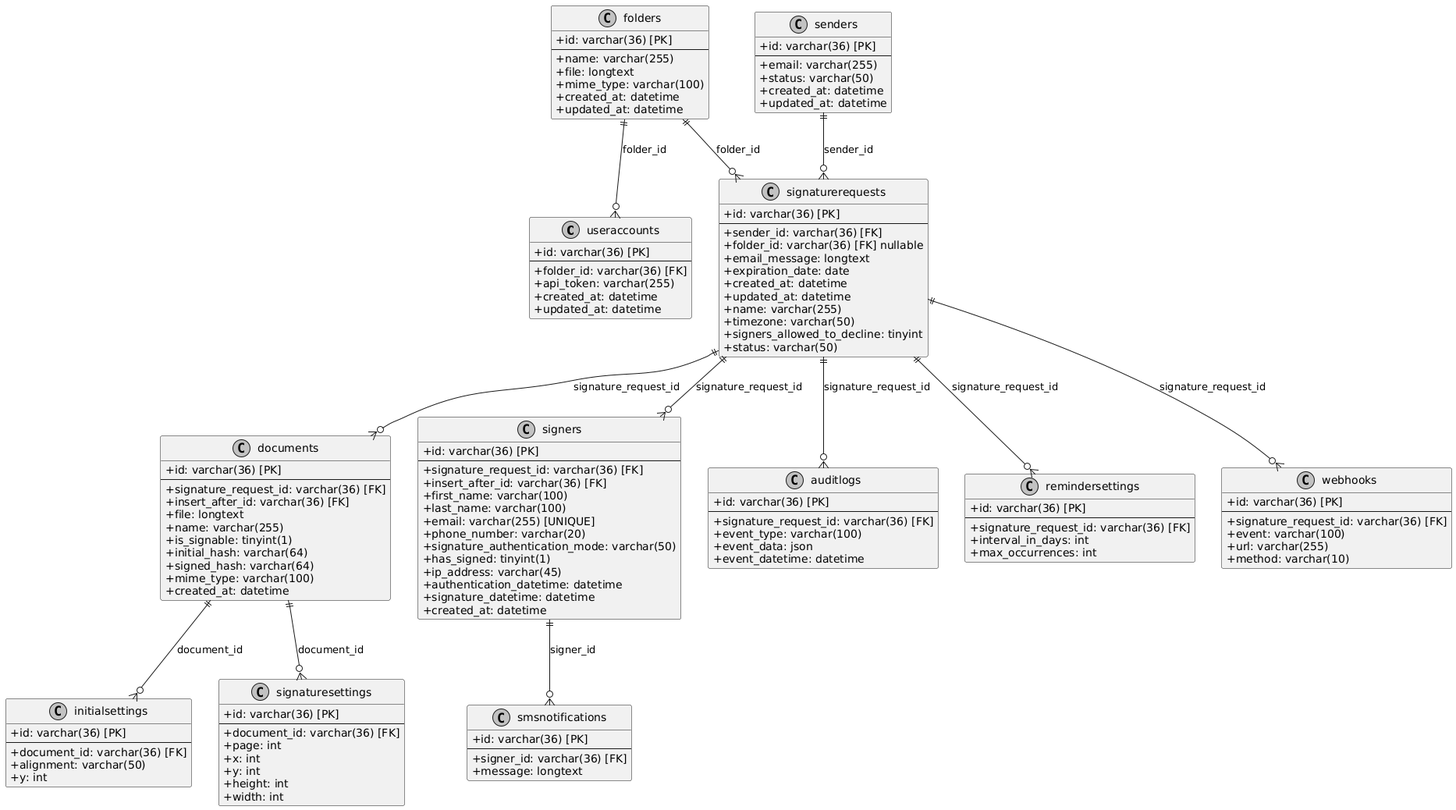
Above: uml.png in tambatraHRGitAccount/FormsignBackend_byTambatra (PlantUML), before the change. Source of this version:
```plantuml
@startuml
skinparam monochrome true
skinparam classAttributeIconSize 0

class useraccounts {
  +id: varchar(36) [PK]
  --
  +folder_id: varchar(36) [FK]
  +api_token: varchar(255)
  +created_at: datetime
  +updated_at: datetime
}

class folders {
  +id: varchar(36) [PK]
  --
  +name: varchar(255)
  +file: longtext
  +mime_type: varchar(100)
  +created_at: datetime
  +updated_at: datetime
}

class senders {
  +id: varchar(36) [PK]
  --
  +email: varchar(255)
  +status: varchar(50)
  +created_at: datetime
  +updated_at: datetime
}

class signaturerequests {
  +id: varchar(36) [PK]
  --
  +sender_id: varchar(36) [FK]
  +folder_id: varchar(36) [FK] nullable
  +email_message: longtext
  +expiration_date: date
  +created_at: datetime
  +updated_at: datetime
  +name: varchar(255)
  +timezone: varchar(50)
  +signers_allowed_to_decline: tinyint
  +status: varchar(50)
}

class documents {
  +id: varchar(36) [PK]
  --
  +signature_request_id: varchar(36) [FK]
  +insert_after_id: varchar(36) [FK]
  +file: longtext
  +name: varchar(255)
  +is_signable: tinyint(1)
  +initial_hash: varchar(64)
  +signed_hash: varchar(64)
  +mime_type: varchar(100)
  +created_at: datetime
}

class initialsettings {
  +id: varchar(36) [PK]
  --
  +document_id: varchar(36) [FK]
  +alignment: varchar(50)
  +y: int
}

class signaturesettings {
  +id: varchar(36) [PK]
  --
  +document_id: varchar(36) [FK]
  +page: int
  +x: int
  +y: int
  +height: int
  +width: int
}

class signers {
  +id: varchar(36) [PK]
  --
  +signature_request_id: varchar(36) [FK]
  +insert_after_id: varchar(36) [FK]
  +first_name: varchar(100)
  +last_name: varchar(100)
  +email: varchar(255) [UNIQUE]
  +phone_number: varchar(20)
  +signature_authentication_mode: varchar(50)
  +has_signed: tinyint(1)
  +ip_address: varchar(45)
  +authentication_datetime: datetime
  +signature_datetime: datetime
  +created_at: datetime
}

class smsnotifications {
  +id: varchar(36) [PK]
  --
  +signer_id: varchar(36) [FK]
  +message: longtext
}

class auditlogs {
  +id: varchar(36) [PK]
  --
  +signature_request_id: varchar(36) [FK]
  +event_type: varchar(100)
  +event_data: json
  +event_datetime: datetime
}

class remindersettings {
  +id: varchar(36) [PK]
  --
  +signature_request_id: varchar(36) [FK]
  +interval_in_days: int
  +max_occurrences: int
}

class webhooks {
  +id: varchar(36) [PK]
  --
  +signature_request_id: varchar(36) [FK]
  +event: varchar(100)
  +url: varchar(255)
  +method: varchar(10)
}

folders ||--o{ useraccounts : folder_id
folders ||--o{ signaturerequests : folder_id
senders ||--o{ signaturerequests : sender_id
signaturerequests ||--o{ documents : signature_request_id
signaturerequests ||--o{ auditlogs : signature_request_id
signaturerequests ||--o{ remindersettings : signature_request_id
signaturerequests ||--o{ webhooks : signature_request_id
signaturerequests ||--o{ signers : signature_request_id
documents ||--o{ initialsettings : document_id
documents ||--o{ signaturesettings : document_id
signers ||--o{ smsnotifications : signer_id

@enduml
```
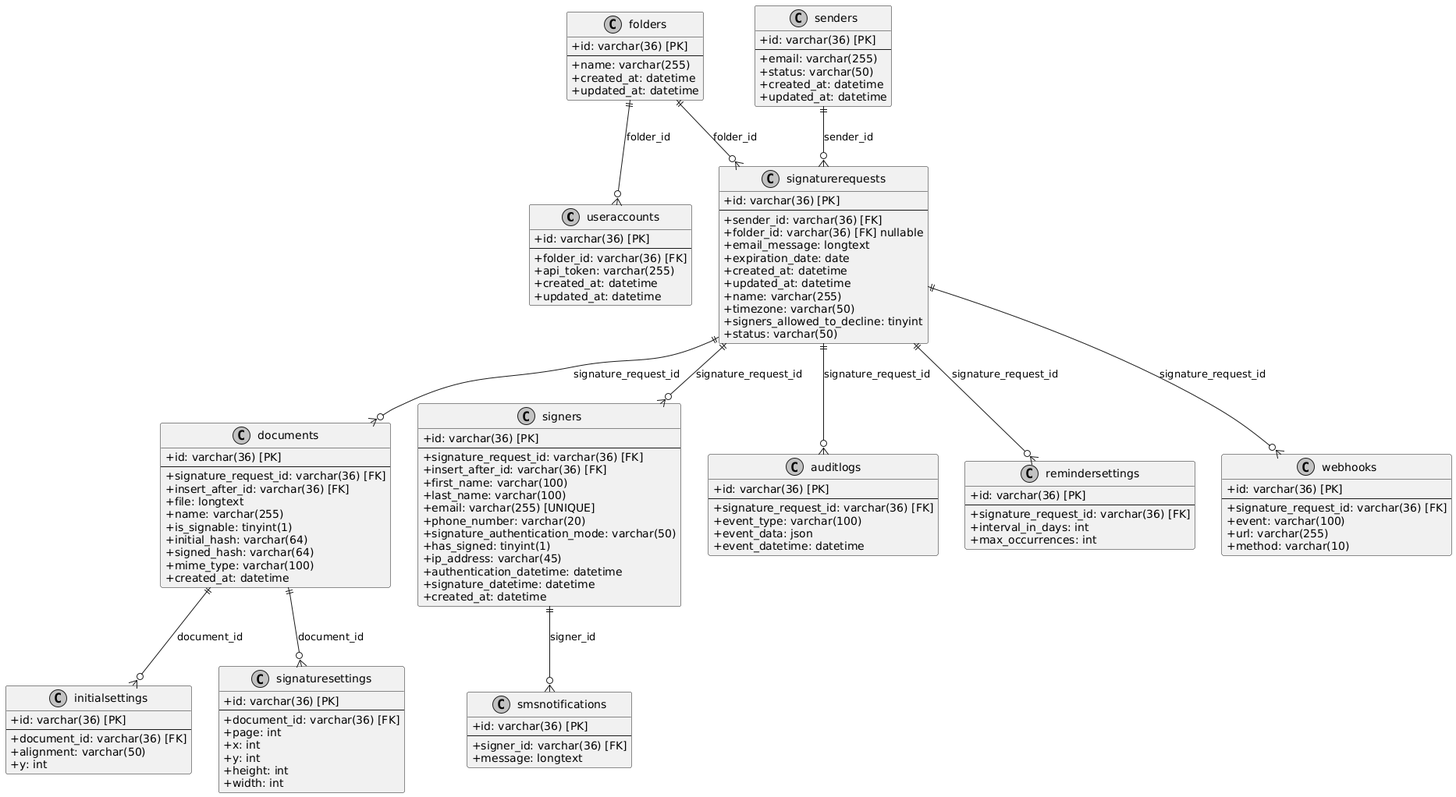
After the commit.

Diff of the diagram source:
```diff
@@ -15,8 +15,6 @@
   +id: varchar(36) [PK]
   --
   +name: varchar(255)
-  +file: longtext
-  +mime_type: varchar(100)
   +created_at: datetime
   +updated_at: datetime
 }
```
